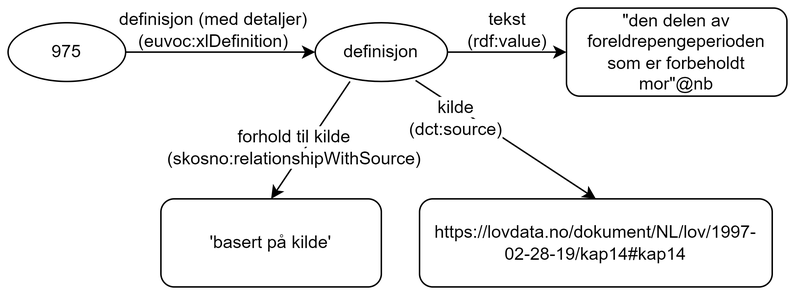
Above: docs/images/RDF-eksempel-definisjon-2.png in Informasjonsforvaltning/skos-ap-no-begrep (draw.io), before the change. Source tidied: cells renumbered, new cells last; positions are measured from the earlier drawing's top-left corner, leaving out a move shared by most shapes.
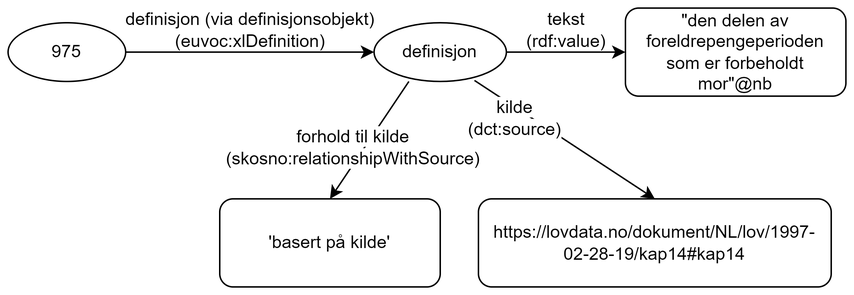
After the commit.

Change to the diagram source:
```diff
@@ -3,7 +3,7 @@
     <mxCell id="0" />
     <mxCell id="1" parent="0" />
     <mxCell id="2" value="975" style="ellipse;whiteSpace=wrap;html=1;" parent="1" vertex="1">
-      <mxGeometry y="10" width="80" height="40" as="geometry" />
+      <mxGeometry x="-40" y="10" width="80" height="40" as="geometry" />
     </mxCell>
     <mxCell id="3" value="&quot;den delen av foreldrepengeperioden som er forbeholdt mor&quot;@nb" style="rounded=1;whiteSpace=wrap;html=1;spacingLeft=2;spacingRight=2;" parent="1" vertex="1">
       <mxGeometry x="380" width="150" height="60" as="geometry" />
@@ -11,8 +11,8 @@
     <mxCell id="4" style="endArrow=classic;html=1;rounded=0;exitX=1;exitY=0.5;exitDx=0;exitDy=0;entryX=0;entryY=0.5;entryDx=0;entryDy=0;" parent="1" edge="1" source="2" target="6">
       <mxGeometry relative="1" as="geometry" />
     </mxCell>
-    <mxCell id="5" value="definisjon (med detaljer)&lt;br&gt;(euvoc:xlDefinition)" style="text;html=1;strokeColor=none;fillColor=none;align=center;verticalAlign=middle;whiteSpace=wrap;rounded=0;" parent="1" vertex="1">
-      <mxGeometry x="70" width="140" height="30" as="geometry" />
+    <mxCell id="5" value="definisjon (via definisjonsobjekt)&lt;br&gt;(euvoc:xlDefinition)" style="text;html=1;strokeColor=none;fillColor=none;align=center;verticalAlign=middle;whiteSpace=wrap;rounded=0;" parent="1" vertex="1">
+      <mxGeometry x="30" width="190" height="30" as="geometry" />
     </mxCell>
     <mxCell id="6" value="definisjon" style="ellipse;whiteSpace=wrap;html=1;" parent="1" vertex="1">
       <mxGeometry x="209" y="10" width="90" height="40" as="geometry" />
```
